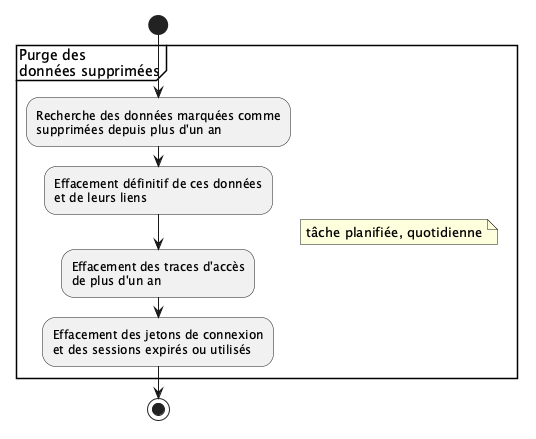
Earlier version of the PlantUML export doc/umldiagrams/workflows/purge.png (lodygens/cadi).
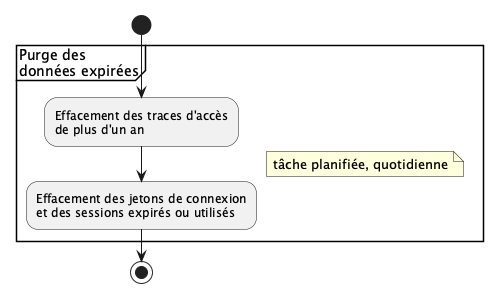
The same file after the commit.

What changed in the source:
```diff
@@ -1,13 +1,9 @@
 @startuml
 start
-partition "Purge des \ndonnées supprimées" {
+partition "Purge des \ndonnées expirées" {
 note right
   tâche planifiée, quotidienne
 end note
-:Recherche des données marquées comme
-supprimées depuis plus d'un an;
-:Effacement définitif de ces données
-et de leurs liens;
 :Effacement des traces d'accès
 de plus d'un an;
 :Effacement des jetons de connexion
```
